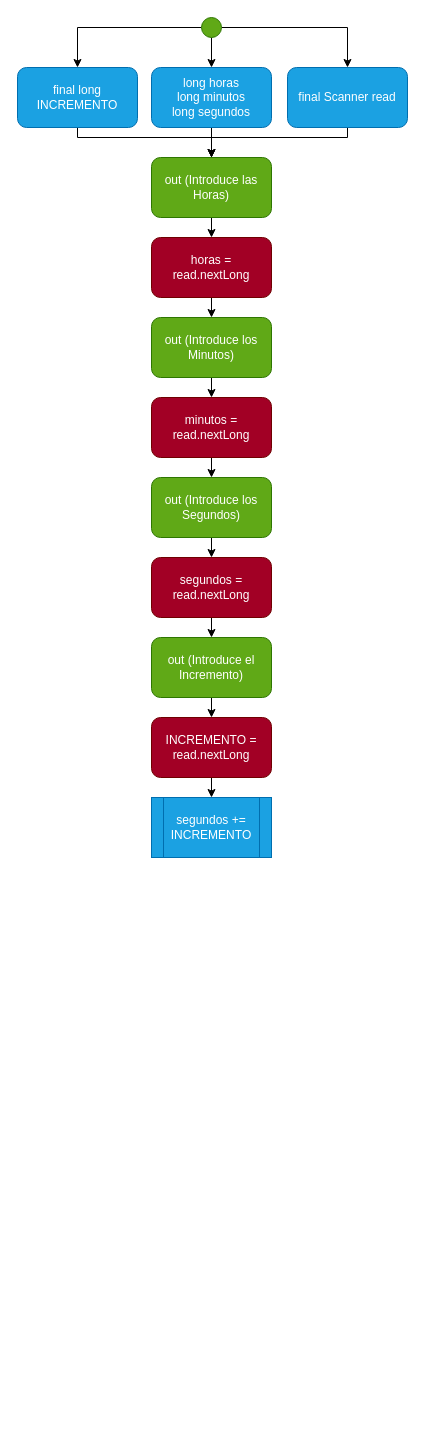
Above: diagramas/Diagramas.drawio in antonionavarro04/EjerciciosT3-AntonioNavarro (draw.io), before the change. Source tidied: cells renumbered, new cells numbered last; positions are measured from the earlier drawing's top-left corner, leaving out a move shared by most shapes. Both pictures are drawn from the tidied source at 100%, with x=0, y=0 at pixel (17, 17).
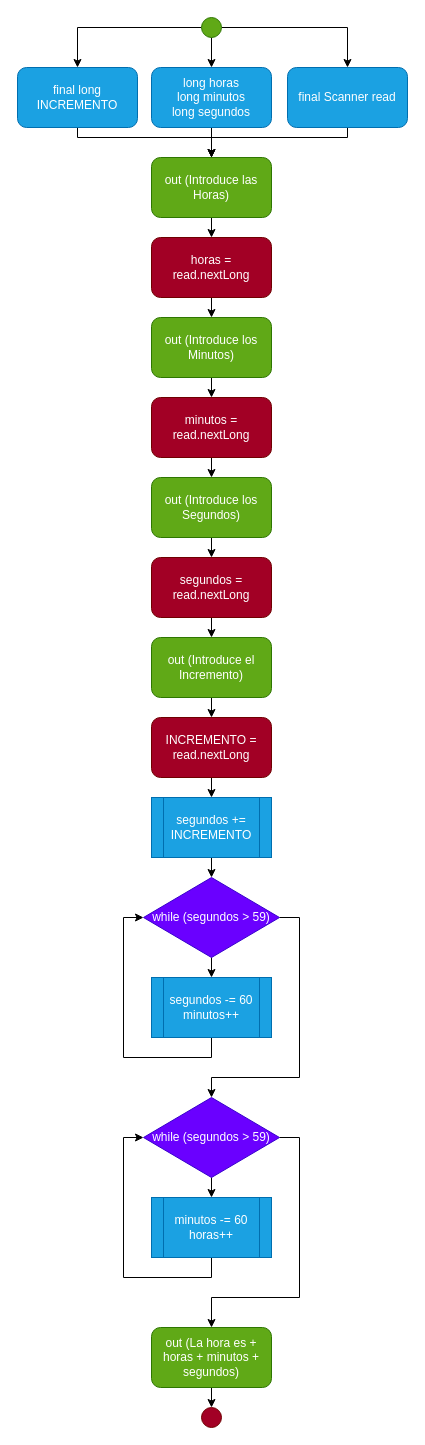
Above is the later version.

Unchanged cells that the change refers to:
```xml
<mxCell id="28" value="segundos += INCREMENTO" style="shape=process;whiteSpace=wrap;html=1;backgroundOutline=1;fillColor=#1ba1e2;fontColor=#ffffff;strokeColor=#006EAF;" parent="1" vertex="1">
  <mxGeometry x="134" y="780" width="120" height="60" as="geometry" />
</mxCell>
```

The edit, as a diff of the source:
```diff
@@
+    <mxCell id="29" style="edgeStyle=orthogonalEdgeStyle;rounded=0;jettySize=auto;html=1;exitX=0.5;exitY=1;exitDx=0;exitDy=0;entryX=0.5;entryY=0;entryDx=0;entryDy=0;" parent="1" edge="1" source="28" target="32">
+      <mxGeometry relative="1" as="geometry" />
+    </mxCell>
@@
+    <mxCell id="30" style="edgeStyle=orthogonalEdgeStyle;rounded=0;jettySize=auto;html=1;exitX=0.5;exitY=1;exitDx=0;exitDy=0;entryX=0.5;entryY=0;entryDx=0;entryDy=0;" parent="1" edge="1" source="32" target="34">
+      <mxGeometry relative="1" as="geometry" />
+    </mxCell>
+    <mxCell id="31" style="edgeStyle=orthogonalEdgeStyle;rounded=0;jettySize=auto;html=1;exitX=1;exitY=0.5;exitDx=0;exitDy=0;entryX=0.5;entryY=0;entryDx=0;entryDy=0;" parent="1" edge="1" source="32" target="37">
+      <mxGeometry relative="1" as="geometry">
+        <Array as="points">
+          <mxPoint x="282" y="900" />
+          <mxPoint x="282" y="1060" />
+          <mxPoint x="194" y="1060" />
+        </Array>
+      </mxGeometry>
+    </mxCell>
+    <mxCell id="32" value="while (segundos &amp;gt; 59)" style="rhombus;whiteSpace=wrap;html=1;fillColor=#6a00ff;fontColor=#ffffff;strokeColor=#3700CC;" parent="1" vertex="1">
+      <mxGeometry x="126" y="860" width="136" height="80" as="geometry" />
+    </mxCell>
+    <mxCell id="33" style="edgeStyle=orthogonalEdgeStyle;rounded=0;jettySize=auto;html=1;exitX=0.5;exitY=1;exitDx=0;exitDy=0;entryX=0;entryY=0.5;entryDx=0;entryDy=0;" parent="1" edge="1" source="34" target="32">
+      <mxGeometry relative="1" as="geometry" />
+    </mxCell>
+    <mxCell id="34" value="segundos -= 60&lt;br&gt;minutos++" style="shape=process;whiteSpace=wrap;html=1;backgroundOutline=1;fillColor=#1ba1e2;fontColor=#ffffff;strokeColor=#006EAF;" parent="1" vertex="1">
+      <mxGeometry x="134" y="960" width="120" height="60" as="geometry" />
+    </mxCell>
+    <mxCell id="35" style="edgeStyle=orthogonalEdgeStyle;rounded=0;jettySize=auto;html=1;exitX=0.5;exitY=1;exitDx=0;exitDy=0;entryX=0.5;entryY=0;entryDx=0;entryDy=0;" parent="1" edge="1" source="37" target="39">
+      <mxGeometry relative="1" as="geometry" />
+    </mxCell>
+    <mxCell id="36" style="edgeStyle=orthogonalEdgeStyle;rounded=0;jettySize=auto;html=1;exitX=1;exitY=0.5;exitDx=0;exitDy=0;entryX=0.5;entryY=0;entryDx=0;entryDy=0;" parent="1" edge="1" source="37" target="41">
+      <mxGeometry relative="1" as="geometry">
+        <Array as="points">
+          <mxPoint x="282" y="1120" />
+          <mxPoint x="282" y="1280" />
+          <mxPoint x="194" y="1280" />
+        </Array>
+      </mxGeometry>
+    </mxCell>
+    <mxCell id="37" value="while (segundos &amp;gt; 59)" style="rhombus;whiteSpace=wrap;html=1;fillColor=#6a00ff;fontColor=#ffffff;strokeColor=#3700CC;" parent="1" vertex="1">
+      <mxGeometry x="126" y="1080" width="136" height="80" as="geometry" />
+    </mxCell>
+    <mxCell id="38" style="edgeStyle=orthogonalEdgeStyle;rounded=0;jettySize=auto;html=1;exitX=0.5;exitY=1;exitDx=0;exitDy=0;entryX=0;entryY=0.5;entryDx=0;entryDy=0;" parent="1" edge="1" source="39" target="37">
+      <mxGeometry relative="1" as="geometry" />
+    </mxCell>
+    <mxCell id="39" value="minutos -= 60&lt;br&gt;horas++" style="shape=process;whiteSpace=wrap;html=1;backgroundOutline=1;fillColor=#1ba1e2;fontColor=#ffffff;strokeColor=#006EAF;" parent="1" vertex="1">
+      <mxGeometry x="134" y="1180" width="120" height="60" as="geometry" />
+    </mxCell>
+    <mxCell id="40" style="edgeStyle=orthogonalEdgeStyle;rounded=0;jettySize=auto;html=1;exitX=0.5;exitY=1;exitDx=0;exitDy=0;entryX=0.5;entryY=0;entryDx=0;entryDy=0;" parent="1" edge="1" source="41" target="42">
+      <mxGeometry relative="1" as="geometry" />
+    </mxCell>
+    <mxCell id="41" value="out (La hora es + horas + minutos + segundos)" style="rounded=1;whiteSpace=wrap;html=1;fillColor=#60a917;fontColor=#ffffff;strokeColor=#2D7600;" parent="1" vertex="1">
+      <mxGeometry x="134" y="1310" width="120" height="60" as="geometry" />
+    </mxCell>
+    <mxCell id="42" style="ellipse;whiteSpace=wrap;html=1;fillColor=#a20025;fontColor=#ffffff;strokeColor=#6F0000;" parent="1" vertex="1">
+      <mxGeometry x="184" y="1390" width="20" height="20" as="geometry" />
+    </mxCell>
```
